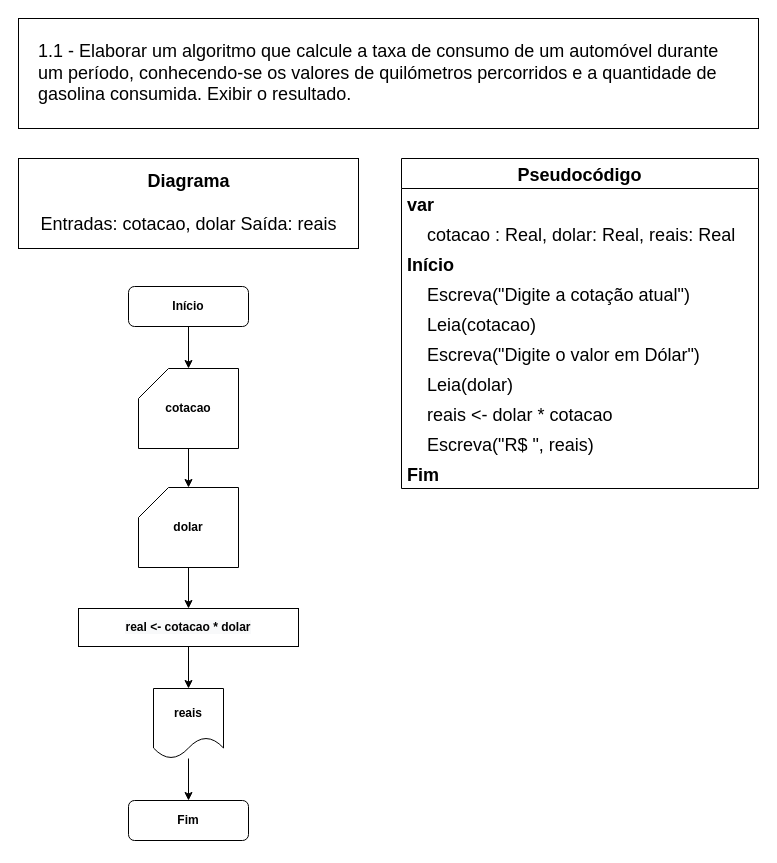
iSamekh/draw.io keeps this draw.io diagram as page "Ex. 1.1" (1 of 14) of exercicios.drawio. Above is the earlier version. Source tidied: cells renumbered, new cells numbered last; positions are measured from the earlier drawing's top-left corner, leaving out a move shared by most shapes. Both pictures are drawn from the tidied source at 100%, with x=0, y=0 at pixel (18, 18).
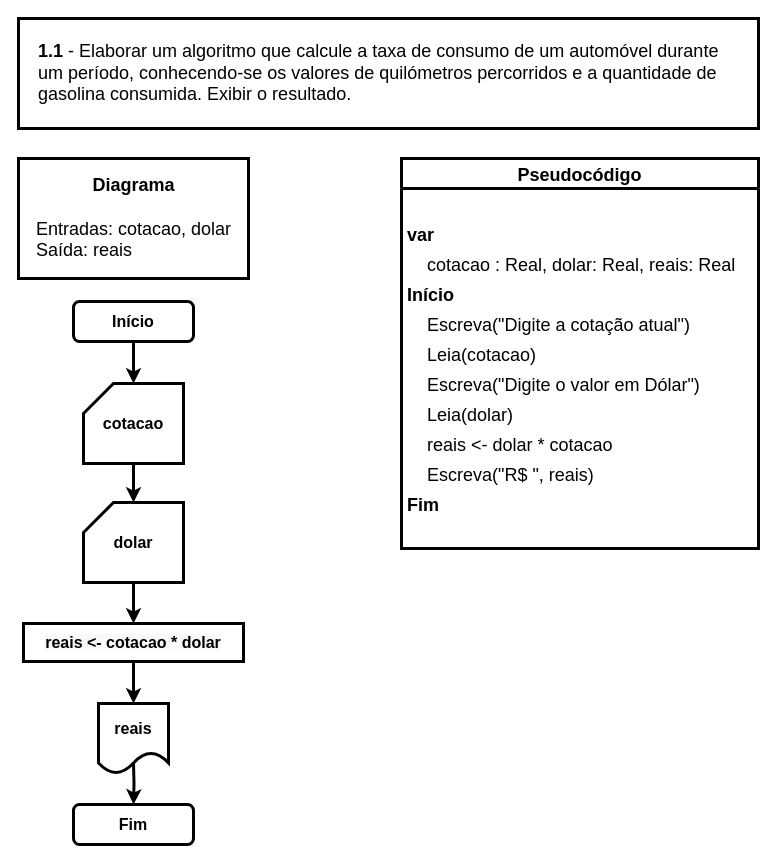
The same page after the edit.

What changed in the source:
```diff
@@
-    <mxCell id="2" style="edgeStyle=orthogonalEdgeStyle;rounded=0;jettySize=auto;html=1;" parent="1" edge="1" source="3" target="8">
+    <mxCell id="2" style="edgeStyle=orthogonalEdgeStyle;rounded=0;jettySize=auto;html=1;strokeWidth=3;fontStyle=1;fontSize=16;" parent="1" edge="1" source="3" target="8">
       <mxGeometry relative="1" as="geometry" />
     </mxCell>
-    <mxCell id="3" value="Início" style="rounded=1;whiteSpace=wrap;html=1;fontSize=12;glass=0;strokeWidth=1;shadow=0;fontStyle=1;" parent="1" vertex="1">
-      <mxGeometry x="110" y="268" width="120" height="40" as="geometry" />
+    <mxCell id="3" value="Início" style="rounded=1;whiteSpace=wrap;html=1;fontSize=16;glass=0;strokeWidth=3;shadow=0;fontStyle=1;" parent="1" vertex="1">
+      <mxGeometry x="55" y="283" width="120" height="40" as="geometry" />
     </mxCell>
-    <mxCell id="4" value="Fim" style="rounded=1;whiteSpace=wrap;html=1;fontSize=12;glass=0;strokeWidth=1;shadow=0;fontStyle=1;" parent="1" vertex="1">
-      <mxGeometry x="110" y="782" width="120" height="40" as="geometry" />
+    <mxCell id="4" value="Fim" style="rounded=1;whiteSpace=wrap;html=1;fontSize=16;glass=0;strokeWidth=3;shadow=0;fontStyle=1;" parent="1" vertex="1">
+      <mxGeometry x="55" y="786" width="120" height="40" as="geometry" />
     </mxCell>
-    <mxCell id="5" style="edgeStyle=orthogonalEdgeStyle;rounded=0;jettySize=auto;html=1;fontStyle=1;" parent="1" edge="1" source="6" target="4">
-      <mxGeometry relative="1" as="geometry" />
+    <mxCell id="5" style="edgeStyle=orthogonalEdgeStyle;rounded=0;jettySize=auto;html=1;fontStyle=1;strokeWidth=3;fontSize=16;" parent="1" edge="1" target="4">
+      <mxGeometry relative="1" as="geometry">
+        <mxPoint x="115" y="744" as="sourcePoint" />
+      </mxGeometry>
     </mxCell>
-    <mxCell id="6" value="reais" style="shape=document;whiteSpace=wrap;html=1;boundedLbl=1;fontStyle=1;" parent="1" vertex="1">
-      <mxGeometry x="135" y="670" width="70" height="70" as="geometry" />
+    <mxCell id="6" value="reais" style="shape=document;whiteSpace=wrap;html=1;boundedLbl=1;fontStyle=1;strokeWidth=3;fontSize=16;" parent="1" vertex="1">
+      <mxGeometry x="80" y="685" width="70" height="70" as="geometry" />
     </mxCell>
-    <mxCell id="7" style="edgeStyle=orthogonalEdgeStyle;rounded=0;jettySize=auto;html=1;fontStyle=1;" parent="1" edge="1" source="8" target="10">
+    <mxCell id="7" style="edgeStyle=orthogonalEdgeStyle;rounded=0;jettySize=auto;html=1;fontStyle=1;strokeWidth=3;fontSize=16;" parent="1" edge="1" source="8" target="10">
       <mxGeometry relative="1" as="geometry" />
     </mxCell>
-    <mxCell id="8" value="cotacao" style="shape=card;whiteSpace=wrap;html=1;fontStyle=1;" parent="1" vertex="1">
-      <mxGeometry x="120" y="350" width="100" height="80" as="geometry" />
+    <mxCell id="8" value="cotacao" style="shape=card;whiteSpace=wrap;html=1;fontStyle=1;strokeWidth=3;fontSize=16;" parent="1" vertex="1">
+      <mxGeometry x="65" y="365" width="100" height="80" as="geometry" />
     </mxCell>
-    <mxCell id="9" style="edgeStyle=orthogonalEdgeStyle;rounded=0;jettySize=auto;html=1;fontStyle=1;" parent="1" edge="1" source="10" target="12">
+    <mxCell id="9" style="edgeStyle=orthogonalEdgeStyle;rounded=0;jettySize=auto;html=1;fontStyle=1;strokeWidth=3;fontSize=16;" parent="1" edge="1" source="10" target="12">
       <mxGeometry relative="1" as="geometry" />
     </mxCell>
-    <mxCell id="10" value="dolar" style="shape=card;whiteSpace=wrap;html=1;fontStyle=1;" parent="1" vertex="1">
-      <mxGeometry x="120" y="469" width="100" height="80" as="geometry" />
+    <mxCell id="10" value="dolar" style="shape=card;whiteSpace=wrap;html=1;fontStyle=1;strokeWidth=3;fontSize=16;" parent="1" vertex="1">
+      <mxGeometry x="65" y="484" width="100" height="80" as="geometry" />
     </mxCell>
-    <mxCell id="11" style="edgeStyle=orthogonalEdgeStyle;rounded=0;jettySize=auto;html=1;fontStyle=1;" parent="1" edge="1" source="12" target="6">
+    <mxCell id="11" style="edgeStyle=orthogonalEdgeStyle;rounded=0;jettySize=auto;html=1;fontStyle=1;strokeWidth=3;fontSize=16;" parent="1" edge="1" source="12" target="6">
       <mxGeometry relative="1" as="geometry" />
     </mxCell>
-    <mxCell id="12" value="&lt;span style=&quot;color: rgb(0, 0, 0); font-family: Helvetica; font-size: 12px; font-style: normal; font-variant-ligatures: normal; font-variant-caps: normal; letter-spacing: normal; orphans: 2; text-align: center; text-indent: 0px; text-transform: none; widows: 2; word-spacing: 0px; -webkit-text-stroke-width: 0px; background-color: rgb(248, 249, 250); text-decoration-thickness: initial; text-decoration-style: initial; text-decoration-color: initial; float: none; display: inline !important;&quot;&gt;real &amp;lt;- cotacao * dolar&lt;/span&gt;" style="rounded=0;whiteSpace=wrap;html=1;fontStyle=1;verticalAlign=middle;" parent="1" vertex="1">
-      <mxGeometry x="60" y="590" width="220" height="38" as="geometry" />
+    <mxCell id="12" value="&lt;span style=&quot;color: rgb(0, 0, 0); font-family: Helvetica; font-size: 16px; font-style: normal; font-variant-ligatures: normal; font-variant-caps: normal; letter-spacing: normal; orphans: 2; text-align: center; text-indent: 0px; text-transform: none; widows: 2; word-spacing: 0px; -webkit-text-stroke-width: 0px; background-color: rgb(248, 249, 250); text-decoration-thickness: initial; text-decoration-style: initial; text-decoration-color: initial; float: none; display: inline !important;&quot;&gt;reais &amp;lt;- cotacao * dolar&lt;/span&gt;" style="rounded=0;whiteSpace=wrap;html=1;fontStyle=1;verticalAlign=middle;strokeWidth=3;fontSize=16;" parent="1" vertex="1">
+      <mxGeometry x="5" y="605" width="220" height="38" as="geometry" />
     </mxCell>
-    <mxCell id="13" style="shape=tableRow;horizontal=0;startSize=0;swimlaneHead=0;swimlaneBody=0;top=0;left=0;bottom=0;right=0;fillColor=none;" parent="1" vertex="1">
+    <mxCell id="13" style="shape=tableRow;horizontal=0;startSize=0;swimlaneHead=0;swimlaneBody=0;top=0;left=0;bottom=0;right=0;fillColor=none;strokeWidth=3;" parent="1" vertex="1">
       <mxGeometry x="396" y="325" width="180" height="30" as="geometry" />
     </mxCell>
-    <mxCell id="14" value="Pseudocódigo" style="swimlane;fontStyle=1;horizontal=1;startSize=30;rounded=0;shadow=0;labelBackgroundColor=#FFFFFF;labelBorderColor=none;sketch=0;fillStyle=auto;strokeColor=default;strokeWidth=1;fillColor=default;swimlaneLine=1;glass=0;arcSize=20;fontSize=18;" parent="1" vertex="1">
-      <mxGeometry x="383" y="140" width="357" height="330" as="geometry" />
+    <mxCell id="14" value="Pseudocódigo" style="swimlane;fontStyle=1;horizontal=1;startSize=30;rounded=0;shadow=0;labelBackgroundColor=#FFFFFF;labelBorderColor=none;sketch=0;fillStyle=auto;strokeColor=default;strokeWidth=3;fillColor=default;swimlaneLine=1;glass=0;arcSize=20;fontSize=18;" parent="1" vertex="1">
+      <mxGeometry x="383" y="140" width="357" height="390" as="geometry" />
     </mxCell>
+    <mxCell id="27" style="text;strokeColor=none;fillColor=none;align=left;verticalAlign=middle;spacingLeft=4;spacingRight=4;overflow=hidden;rounded=1;shadow=0;labelBackgroundColor=none;labelBorderColor=none;sketch=0;fillStyle=auto;strokeWidth=3;glass=0;fontStyle=1;fontSize=18;" parent="14" vertex="1">
+      <mxGeometry y="30" width="357" height="30" as="geometry" />
+    </mxCell>
-    <mxCell id="15" value="var" style="text;strokeColor=none;fillColor=none;align=left;verticalAlign=middle;spacingLeft=4;spacingRight=4;overflow=hidden;rounded=1;shadow=0;labelBackgroundColor=none;labelBorderColor=none;sketch=0;fillStyle=auto;strokeWidth=5;glass=0;fontStyle=1;fontSize=18;" parent="14" vertex="1">
-      <mxGeometry y="30" width="357" height="30" as="geometry" />
+    <mxCell id="15" value="var" style="text;strokeColor=none;fillColor=none;align=left;verticalAlign=middle;spacingLeft=4;spacingRight=4;overflow=hidden;rounded=1;shadow=0;labelBackgroundColor=none;labelBorderColor=none;sketch=0;fillStyle=auto;strokeWidth=3;glass=0;fontStyle=1;fontSize=18;" parent="14" vertex="1">
+      <mxGeometry y="60" width="357" height="30" as="geometry" />
     </mxCell>
-    <mxCell id="16" value="    cotacao : Real, dolar: Real, reais: Real" style="text;strokeColor=none;fillColor=none;align=left;verticalAlign=middle;spacingLeft=4;spacingRight=4;overflow=hidden;rounded=1;shadow=0;labelBackgroundColor=none;labelBorderColor=none;sketch=1;fillStyle=auto;strokeWidth=5;fontSize=18;" parent="14" vertex="1">
-      <mxGeometry y="60" width="357" height="30" as="geometry" />
+    <mxCell id="16" value="    cotacao : Real, dolar: Real, reais: Real" style="text;strokeColor=none;fillColor=none;align=left;verticalAlign=middle;spacingLeft=4;spacingRight=4;overflow=hidden;rounded=1;shadow=0;labelBackgroundColor=none;labelBorderColor=none;sketch=1;fillStyle=auto;strokeWidth=3;fontSize=18;" parent="14" vertex="1">
+      <mxGeometry y="90" width="357" height="30" as="geometry" />
     </mxCell>
-    <mxCell id="17" value="Início" style="text;strokeColor=none;fillColor=none;align=left;verticalAlign=middle;spacingLeft=4;spacingRight=4;overflow=hidden;rounded=1;shadow=0;labelBackgroundColor=none;labelBorderColor=none;sketch=1;fillStyle=auto;strokeWidth=5;fontStyle=1;fontSize=18;" parent="14" vertex="1">
-      <mxGeometry y="90" width="357" height="30" as="geometry" />
+    <mxCell id="17" value="Início" style="text;strokeColor=none;fillColor=none;align=left;verticalAlign=middle;spacingLeft=4;spacingRight=4;overflow=hidden;rounded=1;shadow=0;labelBackgroundColor=none;labelBorderColor=none;sketch=1;fillStyle=auto;strokeWidth=3;fontStyle=1;fontSize=18;" parent="14" vertex="1">
+      <mxGeometry y="120" width="357" height="30" as="geometry" />
     </mxCell>
-    <mxCell id="18" value="     Escreva(&quot;Digite a cotação atual&quot;)" style="text;strokeColor=none;fillColor=none;align=left;verticalAlign=middle;spacingLeft=4;spacingRight=4;overflow=hidden;rounded=1;shadow=0;labelBackgroundColor=none;labelBorderColor=none;sketch=1;fillStyle=auto;strokeWidth=5;fontStyle=0;fontSize=18;" parent="14" vertex="1">
-      <mxGeometry y="120" width="357" height="30" as="geometry" />
+    <mxCell id="18" value="     Escreva(&quot;Digite a cotação atual&quot;)" style="text;strokeColor=none;fillColor=none;align=left;verticalAlign=middle;spacingLeft=4;spacingRight=4;overflow=hidden;rounded=1;shadow=0;labelBackgroundColor=none;labelBorderColor=none;sketch=1;fillStyle=auto;strokeWidth=3;fontStyle=0;fontSize=18;" parent="14" vertex="1">
+      <mxGeometry y="150" width="357" height="30" as="geometry" />
     </mxCell>
-    <mxCell id="19" value="     Leia(cotacao)" style="text;strokeColor=none;fillColor=none;align=left;verticalAlign=middle;spacingLeft=4;spacingRight=4;overflow=hidden;rounded=1;shadow=0;labelBackgroundColor=none;labelBorderColor=none;sketch=1;fillStyle=auto;strokeWidth=5;fontStyle=0;fontSize=18;" parent="14" vertex="1">
-      <mxGeometry y="150" width="357" height="30" as="geometry" />
+    <mxCell id="19" value="     Leia(cotacao)" style="text;strokeColor=none;fillColor=none;align=left;verticalAlign=middle;spacingLeft=4;spacingRight=4;overflow=hidden;rounded=1;shadow=0;labelBackgroundColor=none;labelBorderColor=none;sketch=1;fillStyle=auto;strokeWidth=3;fontStyle=0;fontSize=18;" parent="14" vertex="1">
+      <mxGeometry y="180" width="357" height="30" as="geometry" />
     </mxCell>
-    <mxCell id="20" value="     Escreva(&quot;Digite o valor em Dólar&quot;)" style="text;strokeColor=none;fillColor=none;align=left;verticalAlign=middle;spacingLeft=4;spacingRight=4;overflow=hidden;rounded=1;shadow=0;labelBackgroundColor=none;labelBorderColor=none;sketch=1;fillStyle=auto;strokeWidth=5;fontStyle=0;fontSize=18;" parent="14" vertex="1">
-      <mxGeometry y="180" width="357" height="30" as="geometry" />
+    <mxCell id="20" value="     Escreva(&quot;Digite o valor em Dólar&quot;)" style="text;strokeColor=none;fillColor=none;align=left;verticalAlign=middle;spacingLeft=4;spacingRight=4;overflow=hidden;rounded=1;shadow=0;labelBackgroundColor=none;labelBorderColor=none;sketch=1;fillStyle=auto;strokeWidth=3;fontStyle=0;fontSize=18;" parent="14" vertex="1">
+      <mxGeometry y="210" width="357" height="30" as="geometry" />
     </mxCell>
-    <mxCell id="21" value="     Leia(dolar)" style="text;strokeColor=none;fillColor=none;align=left;verticalAlign=middle;spacingLeft=4;spacingRight=4;overflow=hidden;rounded=1;shadow=0;labelBackgroundColor=none;labelBorderColor=none;sketch=1;fillStyle=auto;strokeWidth=5;fontStyle=0;fontSize=18;" parent="14" vertex="1">
-      <mxGeometry y="210" width="357" height="30" as="geometry" />
+    <mxCell id="21" value="     Leia(dolar)" style="text;strokeColor=none;fillColor=none;align=left;verticalAlign=middle;spacingLeft=4;spacingRight=4;overflow=hidden;rounded=1;shadow=0;labelBackgroundColor=none;labelBorderColor=none;sketch=1;fillStyle=auto;strokeWidth=3;fontStyle=0;fontSize=18;" parent="14" vertex="1">
+      <mxGeometry y="240" width="357" height="30" as="geometry" />
     </mxCell>
-    <mxCell id="22" value="     reais &lt;- dolar * cotacao" style="text;strokeColor=none;fillColor=none;align=left;verticalAlign=middle;spacingLeft=4;spacingRight=4;overflow=hidden;rounded=1;shadow=0;labelBackgroundColor=none;labelBorderColor=none;sketch=1;fillStyle=auto;strokeWidth=5;fontStyle=0;fontSize=18;" parent="14" vertex="1">
-      <mxGeometry y="240" width="357" height="30" as="geometry" />
+    <mxCell id="22" value="     reais &lt;- dolar * cotacao" style="text;strokeColor=none;fillColor=none;align=left;verticalAlign=middle;spacingLeft=4;spacingRight=4;overflow=hidden;rounded=1;shadow=0;labelBackgroundColor=none;labelBorderColor=none;sketch=1;fillStyle=auto;strokeWidth=3;fontStyle=0;fontSize=18;" parent="14" vertex="1">
+      <mxGeometry y="270" width="357" height="30" as="geometry" />
     </mxCell>
-    <mxCell id="23" value="     Escreva(&quot;R$ &quot;, reais)" style="text;strokeColor=none;fillColor=none;align=left;verticalAlign=middle;spacingLeft=4;spacingRight=4;overflow=hidden;rounded=1;shadow=0;labelBackgroundColor=none;labelBorderColor=none;sketch=1;fillStyle=auto;strokeWidth=5;fontStyle=0;fontSize=18;" parent="14" vertex="1">
-      <mxGeometry y="270" width="357" height="30" as="geometry" />
+    <mxCell id="23" value="     Escreva(&quot;R$ &quot;, reais)" style="text;strokeColor=none;fillColor=none;align=left;verticalAlign=middle;spacingLeft=4;spacingRight=4;overflow=hidden;rounded=1;shadow=0;labelBackgroundColor=none;labelBorderColor=none;sketch=1;fillStyle=auto;strokeWidth=3;fontStyle=0;fontSize=18;" parent="14" vertex="1">
+      <mxGeometry y="300" width="357" height="30" as="geometry" />
     </mxCell>
-    <mxCell id="24" value="Fim" style="text;strokeColor=none;fillColor=none;align=left;verticalAlign=middle;spacingLeft=4;spacingRight=4;overflow=hidden;rounded=1;shadow=0;labelBackgroundColor=none;labelBorderColor=none;sketch=1;fillStyle=auto;strokeWidth=5;fontStyle=1;fontSize=18;" parent="14" vertex="1">
-      <mxGeometry y="300" width="357" height="30" as="geometry" />
+    <mxCell id="24" value="Fim" style="text;strokeColor=none;fillColor=none;align=left;verticalAlign=middle;spacingLeft=4;spacingRight=4;overflow=hidden;rounded=1;shadow=0;labelBackgroundColor=none;labelBorderColor=none;sketch=1;fillStyle=auto;strokeWidth=3;fontStyle=1;fontSize=18;" parent="14" vertex="1">
+      <mxGeometry y="330" width="357" height="30" as="geometry" />
     </mxCell>
+    <mxCell id="28" style="text;strokeColor=none;fillColor=none;align=left;verticalAlign=middle;spacingLeft=4;spacingRight=4;overflow=hidden;rounded=1;shadow=0;labelBackgroundColor=none;labelBorderColor=none;sketch=1;fillStyle=auto;strokeWidth=3;fontStyle=1;fontSize=18;" parent="14" vertex="1">
+      <mxGeometry y="360" width="357" height="30" as="geometry" />
+    </mxCell>
-    <mxCell id="25" value="&lt;font style=&quot;font-size: 18px;&quot;&gt;&lt;b style=&quot;font-size: 18px;&quot;&gt;Diagrama&lt;br&gt;&lt;/b&gt;&lt;br style=&quot;font-size: 18px;&quot;&gt;&lt;div style=&quot;text-align: left; font-size: 18px;&quot;&gt;&lt;span style=&quot;font-size: 18px;&quot;&gt;&lt;font style=&quot;font-size: 18px;&quot;&gt;Entradas: cotacao, dolar&lt;span style=&quot;white-space: pre;&quot;&gt; &lt;/span&gt;&lt;/font&gt;&lt;/span&gt;Saída: reais&lt;/div&gt;&lt;/font&gt;" style="text;html=1;align=center;verticalAlign=middle;fillColor=default;strokeColor=default;rounded=0;shadow=0;glass=0;labelBackgroundColor=#FFFFFF;labelBorderColor=none;sketch=0;fillStyle=auto;strokeWidth=1;fontSize=18;spacing=10;" parent="1" vertex="1">
-      <mxGeometry y="140" width="340" height="90" as="geometry" />
+    <mxCell id="25" value="&lt;font style=&quot;font-size: 18px;&quot;&gt;&lt;b style=&quot;font-size: 18px;&quot;&gt;Diagrama&lt;br&gt;&lt;/b&gt;&lt;br style=&quot;font-size: 18px;&quot;&gt;&lt;div style=&quot;text-align: left; font-size: 18px;&quot;&gt;&lt;span style=&quot;font-size: 18px;&quot;&gt;&lt;font style=&quot;font-size: 18px;&quot;&gt;Entradas: cotacao, dolar&lt;/font&gt;&lt;/span&gt;&lt;/div&gt;&lt;div style=&quot;text-align: left; font-size: 18px;&quot;&gt;Saída: reais&lt;/div&gt;&lt;/font&gt;" style="text;html=1;align=center;verticalAlign=middle;fillColor=default;strokeColor=default;rounded=0;shadow=0;glass=0;labelBackgroundColor=#FFFFFF;labelBorderColor=none;sketch=0;fillStyle=auto;strokeWidth=3;fontSize=18;spacing=10;" parent="1" vertex="1">
+      <mxGeometry y="140" width="230" height="120" as="geometry" />
     </mxCell>
-    <mxCell id="26" value="&lt;font style=&quot;font-size: 18px;&quot;&gt;1.1 - Elaborar um algoritmo que calcule a taxa de consumo de um automóvel durante&lt;br&gt;um&amp;nbsp;período, conhecendo-se os valores de quilómetros percorridos e a quantidade de&lt;br&gt;gasolina consumida. Exibir o resultado.&lt;/font&gt;" style="text;html=1;align=left;verticalAlign=middle;rounded=0;labelBackgroundColor=#FFF;fillColor=default;gradientColor=none;strokeColor=default;fontSize=18;perimeterSpacing=0;spacing=20;" parent="1" vertex="1">
+    <mxCell id="26" value="&lt;font style=&quot;font-size: 18px;&quot;&gt;&lt;b&gt;1.1&lt;/b&gt; - Elaborar um algoritmo que calcule a taxa de consumo de um automóvel durante&lt;br&gt;um&amp;nbsp;período, conhecendo-se os valores de quilómetros percorridos e a quantidade de&lt;br&gt;gasolina consumida. Exibir o resultado.&lt;/font&gt;" style="text;html=1;align=left;verticalAlign=middle;rounded=0;labelBackgroundColor=#FFF;fillColor=default;gradientColor=none;strokeColor=default;fontSize=18;perimeterSpacing=0;spacing=20;strokeWidth=3;" parent="1" vertex="1">
       <mxGeometry width="740" height="110" as="geometry" />
     </mxCell>
```
